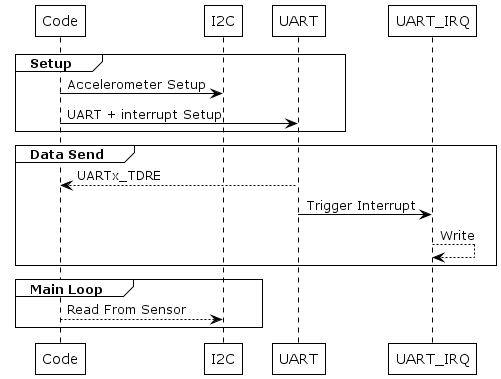
This is Documentation/out/puml/BoardA/BoardA.png from zachporter1999/SYSC-4907-mini-proj, a PlantUML export, as it was before one commit.
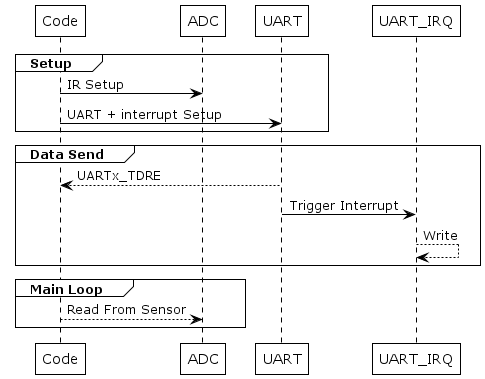
The same file after the commit.

Commit message:
Updated diagrams to use IR and ADC instead of Accelerometer and I2C

Diff of the diagram source:
```diff
@@ -3,12 +3,12 @@
 !theme plain
 
 participant Code
-participant I2C
+participant ADC
 participant UART
 participant UART_IRQ
 
 group Setup
-    Code -> I2C : Accelerometer Setup
+    Code -> ADC : IR Setup
 
     Code -> UART : UART + interrupt Setup
 end
@@ -23,7 +23,7 @@
 
 group Main Loop
 
-Code --> I2C : Read From Sensor
+Code --> ADC : Read From Sensor
 
 end
 
```
